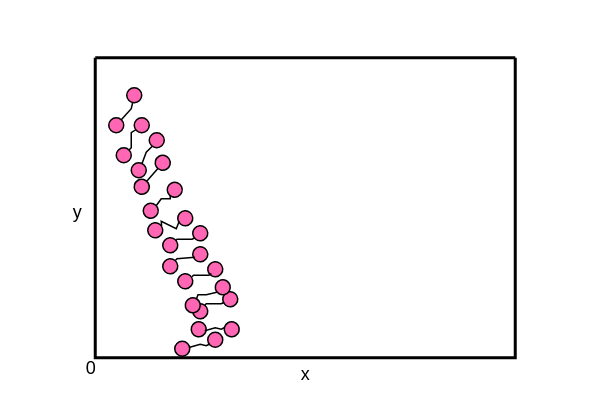
This is 哑铃分布t=0.05.drawio from mauhin/auto, a draw.io file, before an edit. Source tidied: cells renumbered, new cells numbered last; positions are measured from the earlier drawing's top-left corner, leaving out a move shared by most shapes. Both pictures are drawn from the tidied source at 150%, with x=0, y=0 at pixel (58, 57).
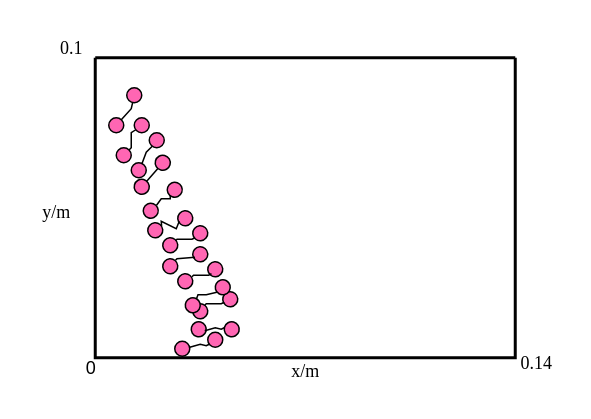
The same page after the edit.

Commit message:
更新哑铃分布t=0.05.drawio

Diff of the diagram source:
```diff
@@
-    <mxCell id="49" value="x" style="text;html=1;align=center;verticalAlign=middle;strokeColor=none;fillColor=none;" parent="1" vertex="1">
-      <mxGeometry x="152" y="198" width="24" height="26" as="geometry" />
+    <mxCell id="49" value="&lt;font face=&quot;Times New Roman&quot;&gt;x/m&lt;/font&gt;" style="text;html=1;align=center;verticalAlign=middle;strokeColor=none;fillColor=none;" parent="1" vertex="1">
+      <mxGeometry x="144" y="194" width="40" height="30" as="geometry" />
     </mxCell>
-    <mxCell id="50" value="y" style="text;html=1;align=center;verticalAlign=middle;strokeColor=none;fillColor=none;" parent="1" vertex="1">
-      <mxGeometry y="89.9" width="24" height="26" as="geometry" />
+    <mxCell id="50" value="&lt;font face=&quot;Times New Roman&quot;&gt;y/m&lt;/font&gt;" style="text;html=1;align=center;verticalAlign=middle;strokeColor=none;fillColor=none;" parent="1" vertex="1">
+      <mxGeometry x="-22" y="87.9" width="40" height="30" as="geometry" />
     </mxCell>
@@
+    <mxCell id="59" value="&lt;font style=&quot;font-size: 12px;&quot; face=&quot;Times New Roman&quot;&gt;0.1&lt;/font&gt;" style="text;html=1;align=center;verticalAlign=middle;strokeColor=none;fillColor=none;" parent="1" vertex="1">
+      <mxGeometry x="-12" y="-21" width="40" height="30" as="geometry" />
+    </mxCell>
+    <mxCell id="60" value="&lt;font face=&quot;Times New Roman&quot;&gt;0.14&lt;/font&gt;" style="text;html=1;align=center;verticalAlign=middle;strokeColor=none;fillColor=none;" parent="1" vertex="1">
+      <mxGeometry x="298" y="189" width="40" height="30" as="geometry" />
+    </mxCell>
```
